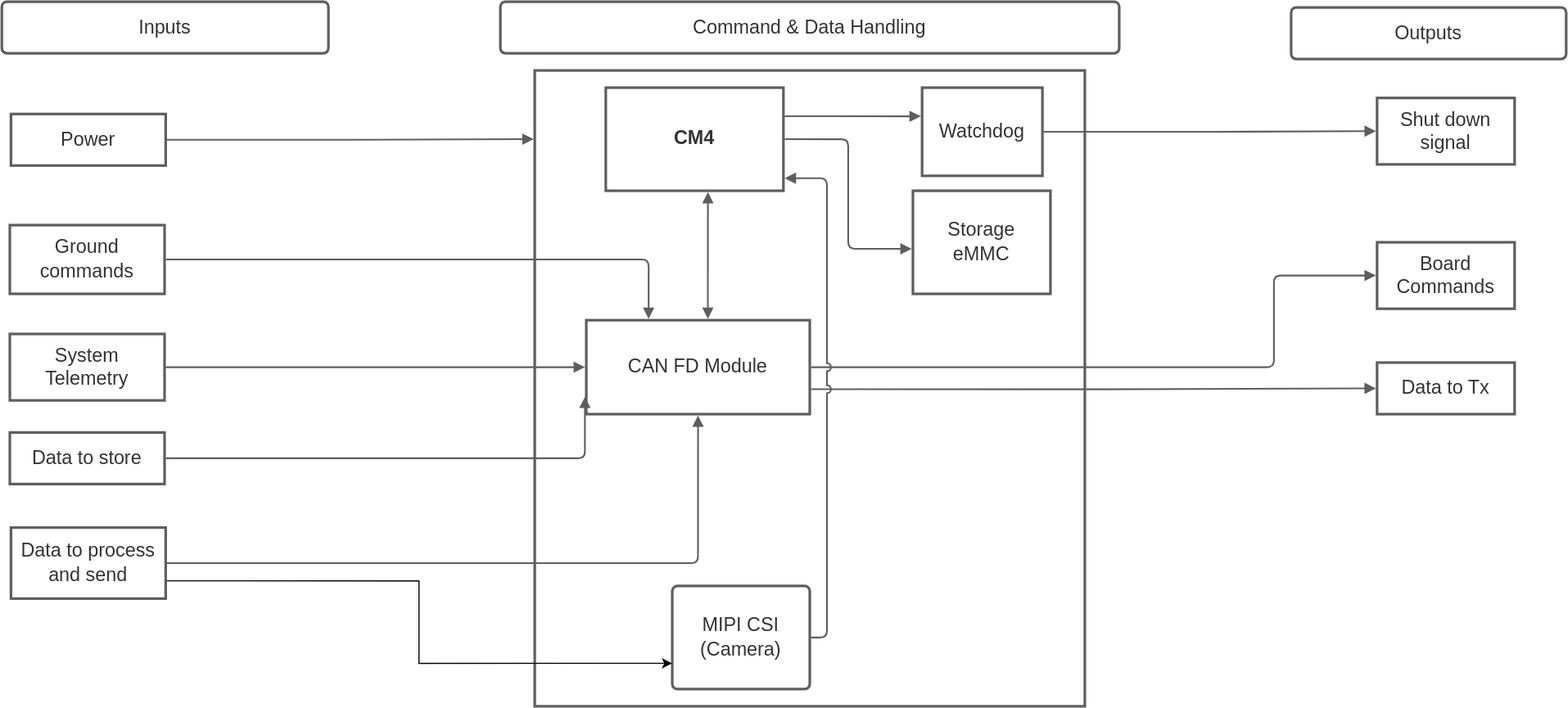
coloradocube/balloonsat-bus keeps this draw.io diagram as CD&H/C&DH.drawio.svg. Above is the earlier version. Source tidied: cells renumbered, new cells last; positions are measured from the earlier drawing's top-left corner, leaving out a move shared by most shapes.
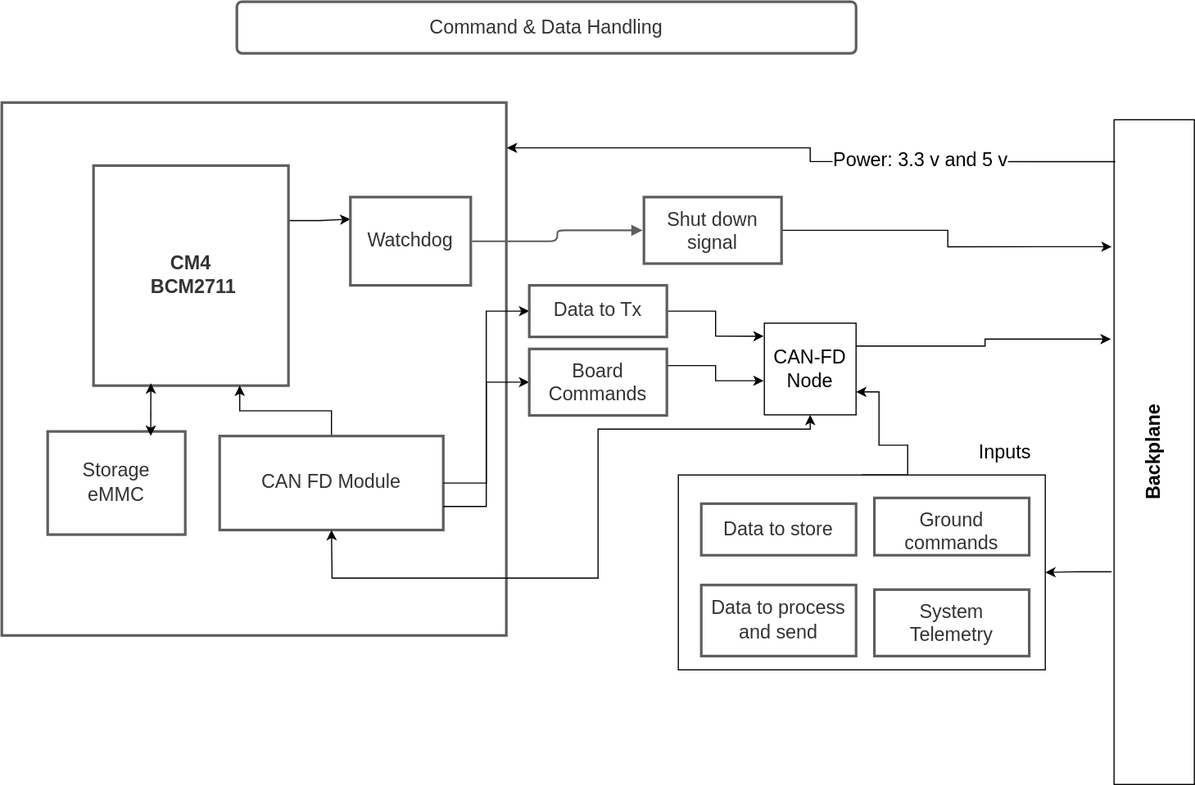
After the change.

Diff of the diagram source:
```diff
@@ -2,112 +2,130 @@
   <root>
     <mxCell id="0" />
     <mxCell id="1" parent="0" />
+    <mxCell id="32" style="edgeStyle=orthogonalEdgeStyle;rounded=0;jettySize=auto;html=1;exitX=-0.03;exitY=0.68;exitDx=0;exitDy=0;entryX=1;entryY=0.5;entryDx=0;entryDy=0;fontSize=16.71;exitPerimeter=0;" parent="1" edge="1" source="40" target="34">
+      <mxGeometry relative="1" as="geometry" />
+    </mxCell>
+    <mxCell id="33" style="edgeStyle=orthogonalEdgeStyle;rounded=0;jettySize=auto;html=1;exitX=0.5;exitY=0;exitDx=0;exitDy=0;entryX=1;entryY=0.75;entryDx=0;entryDy=0;fontSize=16.71;" parent="1" edge="1" source="34" target="44">
+      <mxGeometry relative="1" as="geometry">
+        <Array as="points">
+          <mxPoint x="1240" y="375" />
+          <mxPoint x="1240" y="349" />
+          <mxPoint x="1215" y="349" />
+          <mxPoint x="1215" y="302" />
+        </Array>
+      </mxGeometry>
+    </mxCell>
+    <mxCell id="34" style="rounded=0;whiteSpace=wrap;html=1;fontSize=16.71;" parent="1" vertex="1">
+      <mxGeometry x="1040" y="375" width="320" height="170" as="geometry" />
+    </mxCell>
     <mxCell id="2" style="html=1;overflow=block;blockSpacing=1;whiteSpace=wrap;whiteSpace=wrap;fontSize=13;spacing=9;strokeColor=#5e5e5e;strokeOpacity=100;absoluteArcSize=1;arcSize=9;strokeWidth=2.3;" parent="1" vertex="1">
-      <mxGeometry x="465" y="60" width="480" height="555" as="geometry" />
+      <mxGeometry x="450" y="50" width="440" height="465" as="geometry" />
     </mxCell>
-    <mxCell id="3" value="Inputs" style="html=1;overflow=block;blockSpacing=1;whiteSpace=wrap;whiteSpace=wrap;fontSize=16.7;fontColor=#333333;spacing=9;strokeColor=#5e5e5e;strokeOpacity=100;rounded=1;absoluteArcSize=1;arcSize=9;strokeWidth=2.3;" parent="1" vertex="1">
-      <mxGeometry width="285" height="45" as="geometry" />
-    </mxCell>
-    <mxCell id="4" value="Outputs" style="html=1;overflow=block;blockSpacing=1;whiteSpace=wrap;whiteSpace=wrap;fontSize=16.7;fontColor=#333333;spacing=9;strokeColor=#5e5e5e;strokeOpacity=100;rounded=1;absoluteArcSize=1;arcSize=9;strokeWidth=2.3;" parent="1" vertex="1">
-      <mxGeometry x="1125" y="5" width="240" height="45" as="geometry" />
-    </mxCell>
+    <mxCell id="35" style="edgeStyle=orthogonalEdgeStyle;rounded=0;jettySize=auto;html=1;exitX=1;exitY=0.25;exitDx=0;exitDy=0;entryX=0;entryY=0.25;entryDx=0;entryDy=0;" parent="1" edge="1" source="5" target="7">
+      <mxGeometry relative="1" as="geometry" />
+    </mxCell>
-    <mxCell id="5" value="CM4" style="html=1;overflow=block;blockSpacing=1;whiteSpace=wrap;whiteSpace=wrap;fontSize=16.7;fontColor=#333333;fontStyle=1;spacing=9;verticalAlign=middle;strokeColor=#5e5e5e;strokeOpacity=100;absoluteArcSize=1;arcSize=9;strokeWidth=2.3;" parent="1" vertex="1">
-      <mxGeometry x="527" y="75" width="155" height="90" as="geometry" />
+    <mxCell id="5" value="CM4&lt;br&gt;&amp;nbsp;BCM2711" style="html=1;overflow=block;blockSpacing=1;whiteSpace=wrap;whiteSpace=wrap;fontSize=16.7;fontColor=#333333;fontStyle=1;spacing=9;verticalAlign=middle;strokeColor=#5e5e5e;strokeOpacity=100;absoluteArcSize=1;arcSize=9;strokeWidth=2.3;" parent="1" vertex="1">
+      <mxGeometry x="530" y="105" width="170" height="192" as="geometry" />
     </mxCell>
+    <mxCell id="36" style="edgeStyle=orthogonalEdgeStyle;rounded=0;jettySize=auto;html=1;exitX=0.5;exitY=0;exitDx=0;exitDy=0;entryX=0.75;entryY=1;entryDx=0;entryDy=0;fontSize=16.71;" parent="1" edge="1" source="6" target="5">
+      <mxGeometry relative="1" as="geometry" />
+    </mxCell>
     <mxCell id="6" value="CAN FD Module" style="html=1;overflow=block;blockSpacing=1;whiteSpace=wrap;whiteSpace=wrap;fontSize=16.7;fontColor=#333333;spacing=9;strokeColor=#5e5e5e;strokeOpacity=100;absoluteArcSize=1;arcSize=9;strokeWidth=2.3;" parent="1" vertex="1">
-      <mxGeometry x="510" y="278" width="195" height="82" as="geometry" />
+      <mxGeometry x="640" y="341" width="195" height="82" as="geometry" />
     </mxCell>
+    <mxCell id="10" value="Command &amp; Data Handling" style="html=1;overflow=block;blockSpacing=1;whiteSpace=wrap;whiteSpace=wrap;fontSize=16.7;fontColor=#333333;spacing=9;strokeColor=#5e5e5e;strokeOpacity=100;rounded=1;absoluteArcSize=1;arcSize=9;strokeWidth=2.3;" parent="1" vertex="1">
+      <mxGeometry x="655" y="-38" width="540" height="45" as="geometry" />
+    </mxCell>
+    <mxCell id="25" style="edgeStyle=orthogonalEdgeStyle;rounded=0;jettySize=auto;html=1;exitX=1;exitY=0.75;exitDx=0;exitDy=0;entryX=0;entryY=0.5;entryDx=0;entryDy=0;" parent="1" edge="1" source="6" target="20">
+      <mxGeometry relative="1" as="geometry" />
+    </mxCell>
+    <mxCell id="37" style="edgeStyle=orthogonalEdgeStyle;rounded=0;jettySize=auto;html=1;exitX=1;exitY=0.25;exitDx=0;exitDy=0;entryX=-0.007;entryY=0.628;entryDx=0;entryDy=0;entryPerimeter=0;fontSize=16.71;" parent="1" edge="1" source="20" target="44">
+      <mxGeometry relative="1" as="geometry" />
+    </mxCell>
+    <mxCell id="20" value="Board Commands" style="html=1;overflow=block;blockSpacing=1;whiteSpace=wrap;whiteSpace=wrap;fontSize=16.7;fontColor=#333333;spacing=9;strokeColor=#5e5e5e;strokeOpacity=100;absoluteArcSize=1;arcSize=9;strokeWidth=2.3;" parent="1" vertex="1">
+      <mxGeometry x="910" y="265" width="120" height="58" as="geometry" />
+    </mxCell>
+    <mxCell id="26" style="edgeStyle=orthogonalEdgeStyle;rounded=0;jettySize=auto;html=1;exitX=1;exitY=0.5;exitDx=0;exitDy=0;entryX=0;entryY=0.5;entryDx=0;entryDy=0;" parent="1" edge="1" source="6" target="21">
+      <mxGeometry relative="1" as="geometry" />
+    </mxCell>
+    <mxCell id="38" style="edgeStyle=orthogonalEdgeStyle;rounded=0;jettySize=auto;html=1;exitX=1;exitY=0.5;exitDx=0;exitDy=0;entryX=-0.007;entryY=0.142;entryDx=0;entryDy=0;entryPerimeter=0;" parent="1" edge="1" source="21" target="44">
+      <mxGeometry relative="1" as="geometry" />
+    </mxCell>
+    <mxCell id="21" value="Data to Tx" style="html=1;overflow=block;blockSpacing=1;whiteSpace=wrap;whiteSpace=wrap;fontSize=16.7;fontColor=#333333;spacing=9;strokeColor=#5e5e5e;strokeOpacity=100;absoluteArcSize=1;arcSize=9;strokeWidth=2.3;" parent="1" vertex="1">
+      <mxGeometry x="910" y="209.5" width="120" height="45" as="geometry" />
+    </mxCell>
+    <mxCell id="39" style="edgeStyle=orthogonalEdgeStyle;rounded=0;jettySize=auto;html=1;exitX=1;exitY=0.5;exitDx=0;exitDy=0;entryX=-0.029;entryY=0.191;entryDx=0;entryDy=0;entryPerimeter=0;" parent="1" edge="1" source="28" target="40">
+      <mxGeometry relative="1" as="geometry" />
+    </mxCell>
+    <mxCell id="28" value="Shut down signal" style="html=1;overflow=block;blockSpacing=1;whiteSpace=wrap;whiteSpace=wrap;fontSize=16.7;fontColor=#333333;spacing=9;strokeColor=#5e5e5e;strokeOpacity=100;absoluteArcSize=1;arcSize=9;strokeWidth=2.3;" parent="1" vertex="1">
+      <mxGeometry x="1010" y="132.5" width="120" height="58" as="geometry" />
+    </mxCell>
+    <mxCell id="29" style="html=1;jettySize=18;whiteSpace=wrap;fontSize=13;strokeColor=#5E5E5E;strokeWidth=1.5;rounded=1;arcSize=12;edgeStyle=orthogonalEdgeStyle;startArrow=none;endArrow=block;endFill=1;exitX=1.011;exitY=0.5;exitPerimeter=0;entryX=-0.009;entryY=0.5;entryPerimeter=0;" parent="1" edge="1" source="7" target="28">
+      <mxGeometry relative="1" as="geometry" />
+    </mxCell>
+    <mxCell id="40" value="&lt;font style=&quot;font-size: 16.7px&quot;&gt;&lt;b&gt;Backplane&lt;/b&gt;&lt;/font&gt;" style="rounded=0;whiteSpace=wrap;html=1;direction=east;horizontal=0;fontSize=16.7;" parent="1" vertex="1">
+      <mxGeometry x="1420" y="65" width="70" height="580" as="geometry" />
+    </mxCell>
     <mxCell id="7" value=" Watchdog " style="html=1;overflow=block;blockSpacing=1;whiteSpace=wrap;whiteSpace=wrap;fontSize=16.7;fontColor=#333333;spacing=9;strokeColor=#5e5e5e;strokeOpacity=100;absoluteArcSize=1;arcSize=9;strokeWidth=2.3;" parent="1" vertex="1">
-      <mxGeometry x="803" y="75" width="105" height="77" as="geometry" />
+      <mxGeometry x="754" y="132.5" width="105" height="77" as="geometry" />
     </mxCell>
-    <mxCell id="8" value="MIPI CSI  (Camera)" style="html=1;overflow=block;blockSpacing=1;whiteSpace=wrap;whiteSpace=wrap;fontSize=16.7;fontColor=#333333;spacing=9;strokeColor=#5e5e5e;strokeOpacity=100;rounded=1;absoluteArcSize=1;arcSize=9;strokeWidth=2.3;" parent="1" vertex="1">
-      <mxGeometry x="585" y="510" width="120" height="90" as="geometry" />
-    </mxCell>
-    <mxCell id="9" value="Storage  eMMC  " style="html=1;overflow=block;blockSpacing=1;whiteSpace=wrap;whiteSpace=wrap;fontSize=16.7;fontColor=#333333;spacing=9;strokeColor=#5e5e5e;strokeOpacity=100;absoluteArcSize=1;arcSize=9;strokeWidth=2.3;" parent="1" vertex="1">
-      <mxGeometry x="795" y="165" width="120" height="90" as="geometry" />
-    </mxCell>
-    <mxCell id="10" value="Command &amp; Data Handling" style="html=1;overflow=block;blockSpacing=1;whiteSpace=wrap;whiteSpace=wrap;fontSize=16.7;fontColor=#333333;spacing=9;strokeColor=#5e5e5e;strokeOpacity=100;rounded=1;absoluteArcSize=1;arcSize=9;strokeWidth=2.3;" parent="1" vertex="1">
-      <mxGeometry x="435" width="540" height="45" as="geometry" />
-    </mxCell>
     <mxCell id="11" value="System Telemetry" style="html=1;overflow=block;blockSpacing=1;whiteSpace=wrap;whiteSpace=wrap;fontSize=16.7;fontColor=#333333;spacing=9;strokeColor=#5e5e5e;strokeOpacity=100;absoluteArcSize=1;arcSize=9;strokeWidth=2.3;" parent="1" vertex="1">
-      <mxGeometry x="7" y="290" width="135" height="58" as="geometry" />
+      <mxGeometry x="1211" y="475" width="135" height="58" as="geometry" />
     </mxCell>
     <mxCell id="12" value="Data to store" style="html=1;overflow=block;blockSpacing=1;whiteSpace=wrap;whiteSpace=wrap;fontSize=16.7;fontColor=#333333;spacing=9;strokeColor=#5e5e5e;strokeOpacity=100;absoluteArcSize=1;arcSize=9;strokeWidth=2.3;" parent="1" vertex="1">
-      <mxGeometry x="7" y="376" width="135" height="45" as="geometry" />
+      <mxGeometry x="1060" y="400" width="135" height="45" as="geometry" />
     </mxCell>
-    <mxCell id="13" style="edgeStyle=orthogonalEdgeStyle;rounded=0;jettySize=auto;html=1;exitX=1;exitY=0.75;exitDx=0;exitDy=0;entryX=0;entryY=0.75;entryDx=0;entryDy=0;" parent="1" edge="1" source="14" target="8">
-      <mxGeometry relative="1" as="geometry" />
-    </mxCell>
     <mxCell id="14" value="Data to process and send" style="html=1;overflow=block;blockSpacing=1;whiteSpace=wrap;whiteSpace=wrap;fontSize=16.7;fontColor=#333333;spacing=9;strokeColor=#5e5e5e;strokeOpacity=100;absoluteArcSize=1;arcSize=9;strokeWidth=2.3;" parent="1" vertex="1">
-      <mxGeometry x="8" y="459" width="135" height="62" as="geometry" />
+      <mxGeometry x="1060" y="471" width="135" height="62" as="geometry" />
     </mxCell>
     <mxCell id="15" value="Ground commands" style="html=1;overflow=block;blockSpacing=1;whiteSpace=wrap;whiteSpace=wrap;fontSize=16.7;fontColor=#333333;spacing=9;strokeColor=#5e5e5e;strokeOpacity=100;absoluteArcSize=1;arcSize=9;strokeWidth=2.3;" parent="1" vertex="1">
-      <mxGeometry x="7" y="195" width="135" height="60" as="geometry" />
+      <mxGeometry x="1211" y="395" width="135" height="50" as="geometry" />
     </mxCell>
-    <mxCell id="16" value="Power" style="html=1;overflow=block;blockSpacing=1;whiteSpace=wrap;whiteSpace=wrap;fontSize=16.7;fontColor=#333333;spacing=9;strokeColor=#5e5e5e;strokeOpacity=100;absoluteArcSize=1;arcSize=9;strokeWidth=2.3;" parent="1" vertex="1">
-      <mxGeometry x="8" y="98" width="135" height="45" as="geometry" />
-    </mxCell>
-    <mxCell id="17" style="html=1;jettySize=18;whiteSpace=wrap;fontSize=13;strokeColor=#5E5E5E;strokeWidth=1.5;rounded=1;arcSize=12;edgeStyle=orthogonalEdgeStyle;startArrow=none;endArrow=block;endFill=1;exitX=1.008;exitY=0.5;exitPerimeter=0;entryX=-0.006;entryY=0.5;entryPerimeter=0;" parent="1" edge="1" source="11" target="6">
-      <mxGeometry relative="1" as="geometry" />
-    </mxCell>
-    <mxCell id="18" style="html=1;jettySize=18;whiteSpace=wrap;fontSize=13;strokeColor=#5E5E5E;strokeWidth=1.5;rounded=1;arcSize=12;edgeStyle=orthogonalEdgeStyle;startArrow=none;endArrow=block;endFill=1;exitX=1.008;exitY=0.5;exitPerimeter=0;entryX=0.5;entryY=1.014;entryPerimeter=0;" parent="1" edge="1" source="14" target="6">
-      <mxGeometry relative="1" as="geometry" />
-    </mxCell>
-    <mxCell id="19" style="html=1;jettySize=18;whiteSpace=wrap;fontSize=13;strokeColor=#5E5E5E;strokeWidth=1.5;rounded=1;arcSize=12;edgeStyle=orthogonalEdgeStyle;startArrow=none;endArrow=block;endFill=1;exitX=1.008;exitY=0.5;exitPerimeter=0;entryX=0.279;entryY=-0.014;entryPerimeter=0;" parent="1" edge="1" source="15" target="6">
-      <mxGeometry relative="1" as="geometry">
-        <Array as="points">
-          <mxPoint x="564" y="225" />
-        </Array>
-      </mxGeometry>
-    </mxCell>
-    <mxCell id="20" value="Board Commands" style="html=1;overflow=block;blockSpacing=1;whiteSpace=wrap;whiteSpace=wrap;fontSize=16.7;fontColor=#333333;spacing=9;strokeColor=#5e5e5e;strokeOpacity=100;absoluteArcSize=1;arcSize=9;strokeWidth=2.3;" parent="1" vertex="1">
-      <mxGeometry x="1200" y="210" width="120" height="58" as="geometry" />
-    </mxCell>
-    <mxCell id="21" value="Data to Tx" style="html=1;overflow=block;blockSpacing=1;whiteSpace=wrap;whiteSpace=wrap;fontSize=16.7;fontColor=#333333;spacing=9;strokeColor=#5e5e5e;strokeOpacity=100;absoluteArcSize=1;arcSize=9;strokeWidth=2.3;" parent="1" vertex="1">
-      <mxGeometry x="1200" y="315" width="120" height="45" as="geometry" />
-    </mxCell>
-    <mxCell id="22" style="html=1;jettySize=18;whiteSpace=wrap;fontSize=13;strokeColor=#5E5E5E;strokeWidth=1.5;rounded=1;arcSize=12;edgeStyle=orthogonalEdgeStyle;startArrow=none;endArrow=block;endFill=1;exitX=1.008;exitY=0.5;exitPerimeter=0;entryX=-0.006;entryY=0.814;entryPerimeter=0;" parent="1" edge="1" source="12" target="6">
-      <mxGeometry relative="1" as="geometry" />
-    </mxCell>
-    <mxCell id="23" style="html=1;jettySize=18;whiteSpace=wrap;fontSize=13;strokeColor=#5E5E5E;strokeWidth=1.5;rounded=1;arcSize=12;edgeStyle=orthogonalEdgeStyle;startArrow=block;startFill=1;endArrow=block;endFill=1;exitX=0.575;exitY=1.013;exitPerimeter=0;entryX=0.544;entryY=-0.014;entryPerimeter=0;" parent="1" edge="1" source="5" target="6">
-      <mxGeometry relative="1" as="geometry" />
-    </mxCell>
-    <mxCell id="24" style="html=1;jettySize=18;whiteSpace=wrap;fontSize=13;strokeColor=#5E5E5E;strokeWidth=1.5;rounded=1;arcSize=12;edgeStyle=orthogonalEdgeStyle;startArrow=none;endArrow=block;endFill=1;exitX=1.007;exitY=0.5;exitPerimeter=0;entryX=-0.009;entryY=0.563;entryPerimeter=0;" parent="1" edge="1" source="5" target="9">
-      <mxGeometry relative="1" as="geometry" />
-    </mxCell>
-    <mxCell id="25" style="html=1;jettySize=18;whiteSpace=wrap;fontSize=13;strokeColor=#5E5E5E;strokeWidth=1.5;rounded=1;arcSize=12;edgeStyle=orthogonalEdgeStyle;startArrow=none;endArrow=block;endFill=1;exitX=1.006;exitY=0.5;exitPerimeter=0;entryX=-0.009;entryY=0.5;entryPerimeter=0;" parent="1" edge="1" source="6" target="20">
-      <mxGeometry relative="1" as="geometry">
-        <Array as="points">
-          <mxPoint x="1110" y="319" />
-          <mxPoint x="1110" y="239" />
-        </Array>
-      </mxGeometry>
-    </mxCell>
-    <mxCell id="26" style="html=1;jettySize=18;whiteSpace=wrap;fontSize=13;strokeColor=#5E5E5E;strokeWidth=1.5;rounded=1;arcSize=12;edgeStyle=orthogonalEdgeStyle;startArrow=none;endArrow=block;endFill=1;exitX=1.006;exitY=0.735;exitPerimeter=0;entryX=-0.009;entryY=0.5;entryPerimeter=0;" parent="1" edge="1" source="6" target="21">
-      <mxGeometry relative="1" as="geometry" />
-    </mxCell>
-    <mxCell id="27" style="html=1;jettySize=18;whiteSpace=wrap;fontSize=13;strokeColor=#5E5E5E;strokeWidth=1.5;rounded=1;arcSize=12;edgeStyle=orthogonalEdgeStyle;startArrow=none;endArrow=block;endFill=1;exitX=1.007;exitY=0.255;exitPerimeter=0;entryX=-0.011;entryY=0.299;entryPerimeter=0;" parent="1" edge="1">
-      <mxGeometry relative="1" as="geometry">
-        <mxPoint x="683.1" y="99.9" as="sourcePoint" />
-        <mxPoint x="801.8" y="100" as="targetPoint" />
-      </mxGeometry>
-    </mxCell>
-    <mxCell id="28" value="Shut down signal" style="html=1;overflow=block;blockSpacing=1;whiteSpace=wrap;whiteSpace=wrap;fontSize=16.7;fontColor=#333333;spacing=9;strokeColor=#5e5e5e;strokeOpacity=100;absoluteArcSize=1;arcSize=9;strokeWidth=2.3;" parent="1" vertex="1">
-      <mxGeometry x="1200" y="84" width="120" height="58" as="geometry" />
-    </mxCell>
-    <mxCell id="29" style="html=1;jettySize=18;whiteSpace=wrap;fontSize=13;strokeColor=#5E5E5E;strokeWidth=1.5;rounded=1;arcSize=12;edgeStyle=orthogonalEdgeStyle;startArrow=none;endArrow=block;endFill=1;exitX=1.011;exitY=0.5;exitPerimeter=0;entryX=-0.009;entryY=0.5;entryPerimeter=0;" parent="1" edge="1" source="7" target="28">
-      <mxGeometry relative="1" as="geometry" />
-    </mxCell>
-    <mxCell id="30" style="html=1;jettySize=18;whiteSpace=wrap;fontSize=13;strokeColor=#5E5E5E;strokeWidth=1.5;rounded=1;arcSize=12;edgeStyle=orthogonalEdgeStyle;jumpStyle=arc;startArrow=none;endArrow=block;endFill=1;exitX=1.009;exitY=0.5;exitPerimeter=0;entryX=1.007;entryY=0.879;entryPerimeter=0;" parent="1" edge="1" source="8" target="5">
-      <mxGeometry relative="1" as="geometry">
-        <Array as="points">
-          <mxPoint x="720" y="555" />
-          <mxPoint x="720" y="154" />
-        </Array>
-      </mxGeometry>
-    </mxCell>
-    <mxCell id="31" style="html=1;jettySize=18;whiteSpace=wrap;fontSize=13;strokeColor=#5E5E5E;strokeWidth=1.5;rounded=1;arcSize=12;edgeStyle=orthogonalEdgeStyle;startArrow=none;endArrow=block;endFill=1;exitX=1.008;exitY=0.5;exitPerimeter=0;entryX=-0.002;entryY=0.108;entryPerimeter=0;" parent="1" edge="1" source="16" target="2">
-      <mxGeometry relative="1" as="geometry" />
-    </mxCell>
+    <mxCell id="41" style="edgeStyle=orthogonalEdgeStyle;rounded=0;jettySize=auto;html=1;fontSize=16.71;exitX=0.016;exitY=0.063;exitDx=0;exitDy=0;exitPerimeter=0;entryX=1.001;entryY=0.085;entryDx=0;entryDy=0;entryPerimeter=0;" parent="1" edge="1" source="40" target="2">
+      <mxGeometry relative="1" as="geometry">
+        <Array as="points">
+          <mxPoint x="1155" y="102" />
+          <mxPoint x="1155" y="89" />
+        </Array>
+      </mxGeometry>
+    </mxCell>
+    <mxCell id="42" value="Power: 3.3 v and 5 v" style="edgeLabel;html=1;align=center;verticalAlign=middle;fontSize=16.71;" parent="41" vertex="1">
+      <mxGeometry x="-0.38" y="-1" relative="1" as="geometry">
+        <mxPoint x="-1" as="offset" />
+      </mxGeometry>
+    </mxCell>
+    <mxCell id="43" style="edgeStyle=orthogonalEdgeStyle;rounded=0;jettySize=auto;html=1;exitX=1;exitY=0.25;exitDx=0;exitDy=0;entryX=-0.041;entryY=0.33;entryDx=0;entryDy=0;entryPerimeter=0;fontSize=16.71;" parent="1" edge="1" source="44" target="40">
+      <mxGeometry relative="1" as="geometry" />
+    </mxCell>
+    <mxCell id="44" value="&lt;font style=&quot;font-size: 16.7px;&quot;&gt;CAN-FD&lt;br style=&quot;font-size: 16.7px;&quot;&gt;Node&lt;/font&gt;" style="whiteSpace=wrap;html=1;fontSize=16.7;" parent="1" vertex="1">
+      <mxGeometry x="1115" y="242.5" width="80" height="80" as="geometry" />
+    </mxCell>
+    <mxCell id="3" value="Inputs" style="text;html=1;strokeColor=none;fillColor=none;align=center;verticalAlign=middle;whiteSpace=wrap;rounded=0;fontSize=16.71;" parent="1" vertex="1">
+      <mxGeometry x="1295" y="341" width="60" height="30" as="geometry" />
+    </mxCell>
+    <mxCell id="45" style="endArrow=classic;startArrow=classic;html=1;rounded=0;fontSize=16.71;entryX=0.5;entryY=1;entryDx=0;entryDy=0;exitX=0.5;exitY=1;exitDx=0;exitDy=0;" parent="1" edge="1" source="6" target="44">
+      <mxGeometry relative="1" as="geometry">
+        <Array as="points">
+          <mxPoint x="738" y="465" />
+          <mxPoint x="970" y="465" />
+          <mxPoint x="970" y="335" />
+          <mxPoint x="1155" y="335" />
+        </Array>
+      </mxGeometry>
+    </mxCell>
+    <mxCell id="9" value="Storage  eMMC  " style="html=1;overflow=block;blockSpacing=1;whiteSpace=wrap;whiteSpace=wrap;fontSize=16.7;fontColor=#333333;spacing=9;strokeColor=#5e5e5e;strokeOpacity=100;absoluteArcSize=1;arcSize=9;strokeWidth=2.3;" parent="1" vertex="1">
+      <mxGeometry x="490" y="337" width="120" height="90" as="geometry" />
+    </mxCell>
+    <mxCell id="46" style="endArrow=none;startArrow=classic;html=1;rounded=0;fontSize=16.71;exitX=0.5;exitY=0;exitDx=0;exitDy=0;" parent="1" edge="1" target="9">
+      <mxGeometry relative="1" as="geometry">
+        <mxPoint x="551" y="337" as="sourcePoint" />
+      </mxGeometry>
+    </mxCell>
+    <mxCell id="47" style="endArrow=classic;startArrow=classic;html=1;rounded=0;fontSize=16.71;exitX=0.724;exitY=0.042;exitDx=0;exitDy=0;exitPerimeter=0;" parent="1" edge="1">
+      <mxGeometry relative="1" as="geometry">
+        <mxPoint x="579.9" y="340.8" as="sourcePoint" />
+        <mxPoint x="580" y="295" as="targetPoint" />
+      </mxGeometry>
+    </mxCell>
   </root>
 </mxGraphModel>
```
